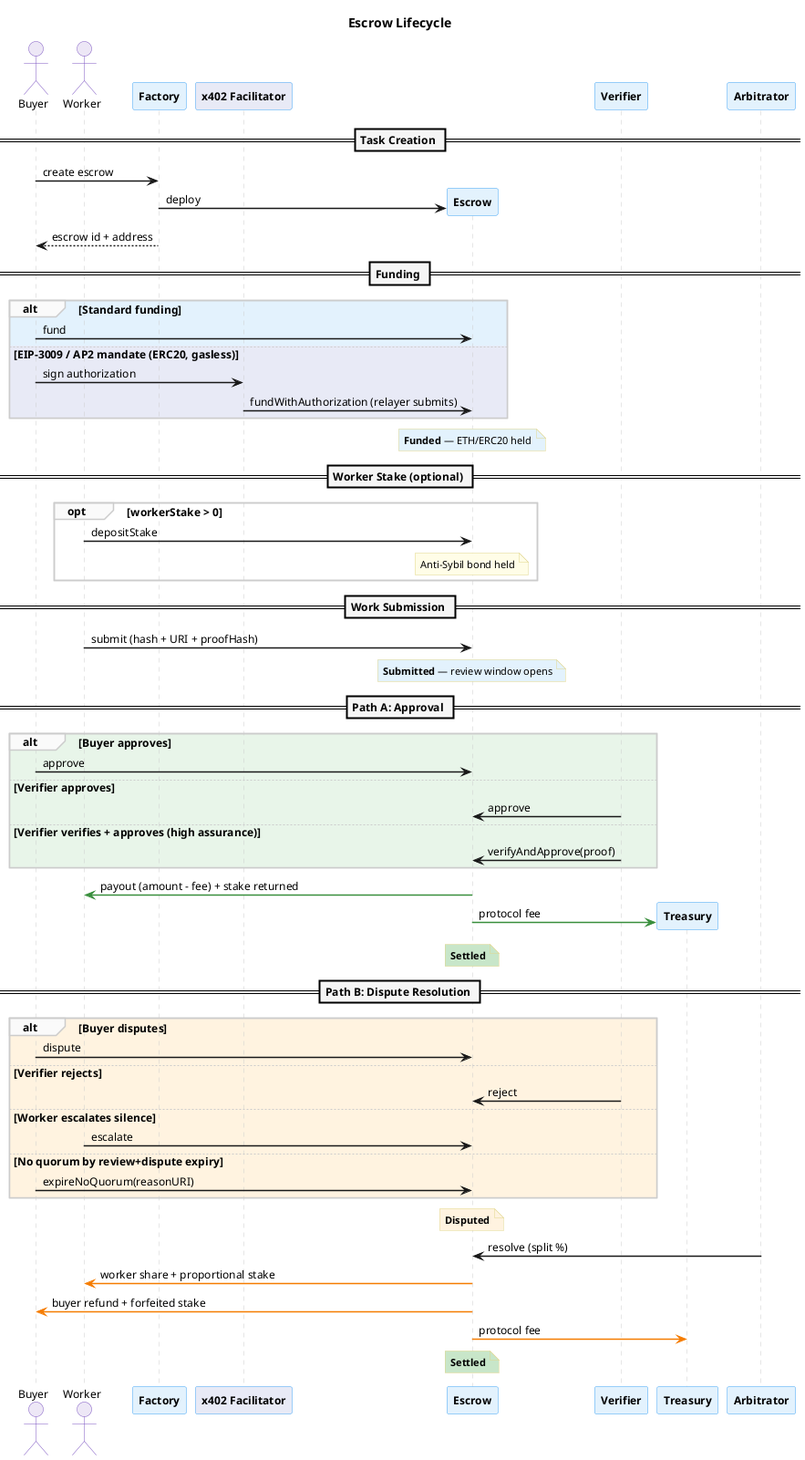
Earlier version of the PlantUML export docs/diagrams/lifecycle-sequence.png (eddiefleurent/agent-escrow). The source it was exported from:
```plantuml
@startuml lifecycle-sequence
skinparam backgroundColor #FFFFFF
skinparam defaultFontName "Helvetica"
skinparam defaultFontSize 12
skinparam shadowing false
skinparam sequenceArrowThickness 1.5
skinparam sequenceLifeLineBorderColor #CCCCCC
skinparam sequenceDividerBackgroundColor #F5F5F5
skinparam sequenceDividerFontStyle bold
skinparam sequenceGroupBackgroundColor #FAFAFA
skinparam sequenceGroupBorderColor #CCCCCC

skinparam participant {
  BorderColor #42A5F5
  BackgroundColor #E3F2FD
  FontStyle bold
}

skinparam actor {
  BorderColor #7E57C2
  BackgroundColor #EDE7F6
}

skinparam note {
  BackgroundColor #FFFDE7
  BorderColor #E0D68A
  FontSize 11
}

title Escrow Lifecycle

actor "Buyer" as buyer
actor "Worker" as worker
participant "Factory" as factory
participant "x402 Facilitator" as facilitator #E8EAF6

== Task Creation ==

buyer -> factory : create escrow
factory -> "Escrow" as escrow ** : deploy
factory --> buyer : escrow id + address

== Funding ==

alt #E3F2FD Standard funding
  buyer -> escrow : fund
else #E8EAF6 EIP-3009 / AP2 mandate (ERC20, gasless)
  buyer -> facilitator : sign authorization
  facilitator -> escrow : fundWithAuthorization (relayer submits)
end
note over escrow #E3F2FD : **Funded** — ETH/ERC20 held

== Worker Stake (optional) ==

opt workerStake > 0
  worker -> escrow : depositStake
  note over escrow #FFFDE7 : Anti-Sybil bond held
end

== Work Submission ==

worker -> escrow : submit (hash + URI + proofHash)
note over escrow #E3F2FD : **Submitted** — review window opens

== Path A: Approval ==

alt #E8F5E9 Buyer approves
  buyer -> escrow : approve
else #E8F5E9 Verifier approves
  "Verifier" as verifier -> escrow : approve
else #E8F5E9 Verifier verifies + approves (high assurance)
  "Verifier" as verifier -> escrow : verifyAndApprove(proof)
end

escrow -[#388E3C]> worker : payout (amount - fee) + stake returned
escrow -[#388E3C]> "Treasury" as treasury ** #E8F5E9 : protocol fee
note over escrow #C8E6C9 : **Settled**

== Path B: Dispute Resolution ==

alt #FFF3E0 Buyer disputes
  buyer -> escrow : dispute
else #FFF3E0 Verifier rejects
  verifier -> escrow : reject
else #FFF3E0 Worker escalates silence
  worker -> escrow : escalate
else #FFF3E0 No quorum by review+dispute expiry
  buyer -> escrow : expireNoQuorum(reasonURI)
end

note over escrow #FFF3E0 : **Disputed**

"Arbitrator" as arbitrator -> escrow : resolve (split %)

escrow -[#F57C00]> worker : worker share + proportional stake
escrow -[#F57C00]> buyer : buyer refund + forfeited stake
escrow -[#F57C00]> treasury : protocol fee
note over escrow #C8E6C9 : **Settled**

@enduml
```
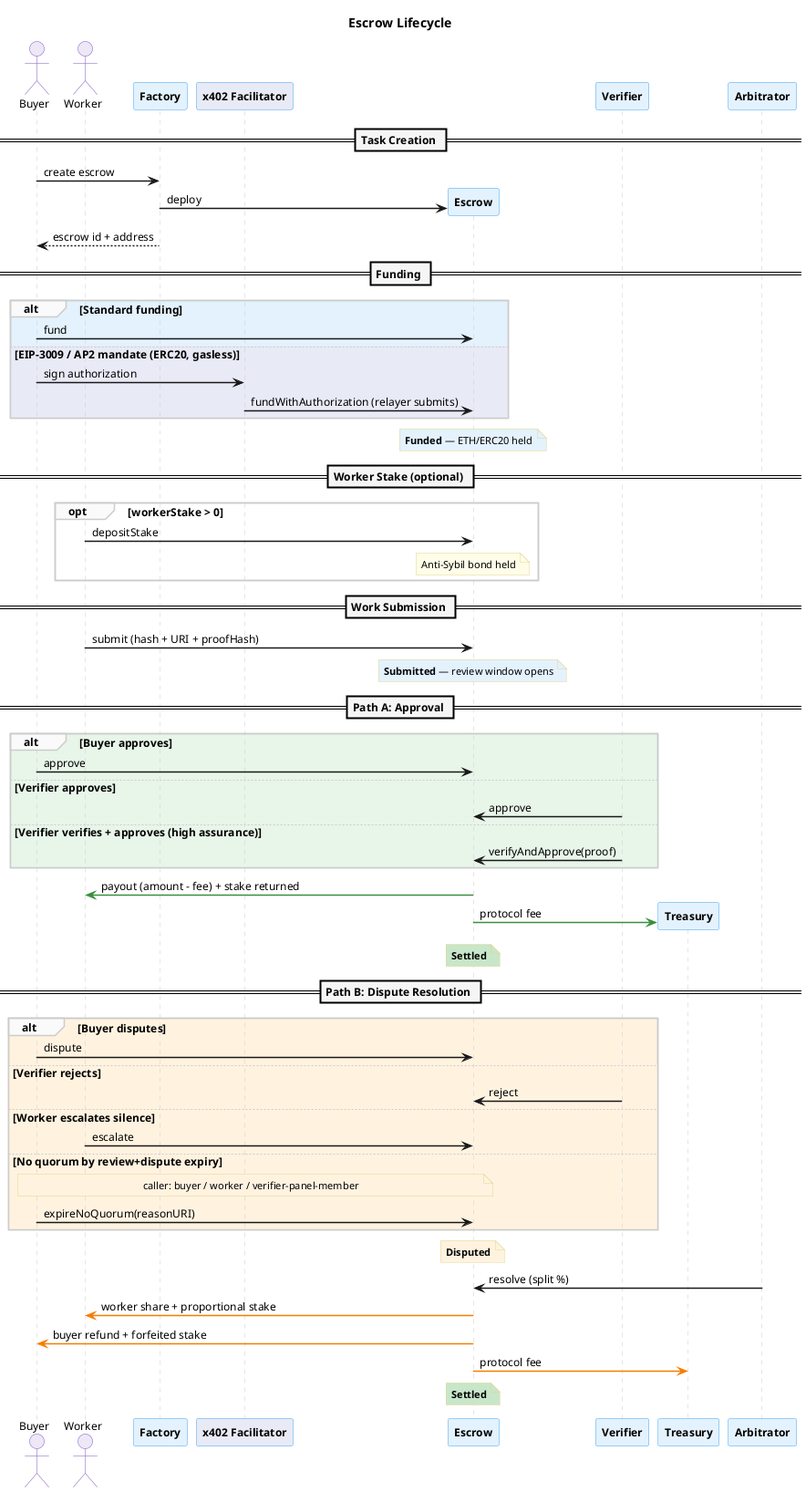
After the change.

Change to the diagram source:
```diff
@@ -85,6 +85,7 @@
 else #FFF3E0 Worker escalates silence
   worker -> escrow : escalate
 else #FFF3E0 No quorum by review+dispute expiry
+  note over buyer,escrow #FFF3E0 : caller: buyer / worker / verifier-panel-member
   buyer -> escrow : expireNoQuorum(reasonURI)
 end
 
```
